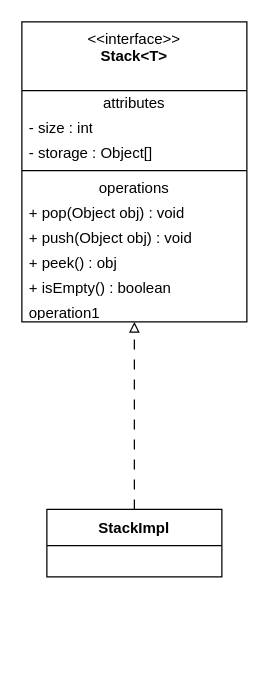
This is src/main/java/ch/hslu/informatik/ad/datenstrukturen/D1/E3/D1_E3.drawio from kevinforter/ad_workspace, a draw.io file, before an edit. Source tidied: cells renumbered, new cells numbered last; positions are measured from the earlier drawing's top-left corner, leaving out a move shared by most shapes. Both pictures are drawn from the tidied source at 125%, with x=0, y=0 at pixel (21, 21).
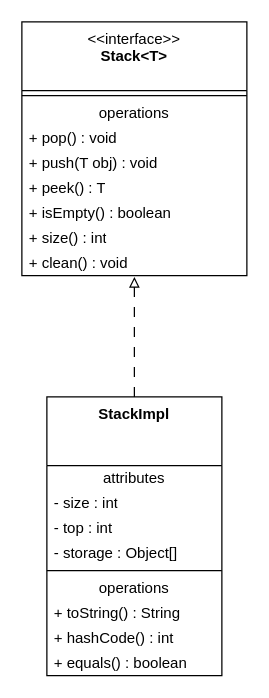
After the change.

Change to the diagram source:
```diff
@@
     <mxCell id="2" value="&amp;lt;&amp;lt;interface&amp;gt;&amp;gt;&lt;br&gt;&lt;b&gt;Stack&amp;lt;T&amp;gt;&lt;/b&gt;" style="swimlane;fontStyle=0;align=center;verticalAlign=top;horizontal=1;startSize=55;html=1;whiteSpace=wrap;" parent="1" vertex="1">
-      <mxGeometry width="180" height="240" as="geometry" />
+      <mxGeometry width="180" height="203" as="geometry" />
     </mxCell>
-    <mxCell id="3" value="attributes" style="text;html=1;strokeColor=none;fillColor=none;align=center;verticalAlign=middle;spacingLeft=4;spacingRight=4;overflow=hidden;whiteSpace=wrap;" parent="2" vertex="1">
-      <mxGeometry y="55" width="180" height="20" as="geometry" />
-    </mxCell>
-    <mxCell id="4" value="- size : int" style="text;html=1;strokeColor=none;fillColor=none;align=left;verticalAlign=middle;spacingLeft=4;spacingRight=4;overflow=hidden;whiteSpace=wrap;" parent="2" vertex="1">
-      <mxGeometry y="75" width="180" height="20" as="geometry" />
-    </mxCell>
-    <mxCell id="5" value="- storage : Object[]" style="text;html=1;strokeColor=none;fillColor=none;align=left;verticalAlign=middle;spacingLeft=4;spacingRight=4;overflow=hidden;whiteSpace=wrap;" parent="2" vertex="1">
-      <mxGeometry y="95" width="180" height="20" as="geometry" />
-    </mxCell>
     <mxCell id="6" style="line;strokeWidth=1;fillColor=none;align=left;verticalAlign=middle;spacingTop=-1;spacingLeft=3;spacingRight=3;labelPosition=right;" parent="2" vertex="1">
-      <mxGeometry y="115" width="180" height="8" as="geometry" />
+      <mxGeometry y="55" width="180" height="8" as="geometry" />
     </mxCell>
     <mxCell id="7" value="operations" style="text;html=1;strokeColor=none;fillColor=none;align=center;verticalAlign=middle;spacingLeft=4;spacingRight=4;overflow=hidden;whiteSpace=wrap;" parent="2" vertex="1">
-      <mxGeometry y="123" width="180" height="20" as="geometry" />
+      <mxGeometry y="63" width="180" height="20" as="geometry" />
     </mxCell>
-    <mxCell id="8" value="+ pop(Object obj) : void" style="text;html=1;strokeColor=none;fillColor=none;align=left;verticalAlign=middle;spacingLeft=4;spacingRight=4;overflow=hidden;whiteSpace=wrap;" parent="2" vertex="1">
-      <mxGeometry y="143" width="180" height="20" as="geometry" />
+    <mxCell id="8" value="+ pop() : void" style="text;html=1;strokeColor=none;fillColor=none;align=left;verticalAlign=middle;spacingLeft=4;spacingRight=4;overflow=hidden;whiteSpace=wrap;" parent="2" vertex="1">
+      <mxGeometry y="83" width="180" height="20" as="geometry" />
     </mxCell>
-    <mxCell id="9" value="+ push(Object obj) : void" style="text;html=1;strokeColor=none;fillColor=none;align=left;verticalAlign=middle;spacingLeft=4;spacingRight=4;overflow=hidden;whiteSpace=wrap;" parent="2" vertex="1">
-      <mxGeometry y="163" width="180" height="20" as="geometry" />
+    <mxCell id="9" value="+ push(T obj) : void" style="text;html=1;strokeColor=none;fillColor=none;align=left;verticalAlign=middle;spacingLeft=4;spacingRight=4;overflow=hidden;whiteSpace=wrap;" parent="2" vertex="1">
+      <mxGeometry y="103" width="180" height="20" as="geometry" />
     </mxCell>
-    <mxCell id="10" value="+ peek() : obj" style="text;html=1;strokeColor=none;fillColor=none;align=left;verticalAlign=middle;spacingLeft=4;spacingRight=4;overflow=hidden;whiteSpace=wrap;" parent="2" vertex="1">
-      <mxGeometry y="183" width="180" height="20" as="geometry" />
+    <mxCell id="10" value="+ peek() : T" style="text;html=1;strokeColor=none;fillColor=none;align=left;verticalAlign=middle;spacingLeft=4;spacingRight=4;overflow=hidden;whiteSpace=wrap;" parent="2" vertex="1">
+      <mxGeometry y="123" width="180" height="20" as="geometry" />
     </mxCell>
     <mxCell id="11" value="+ isEmpty() : boolean" style="text;html=1;strokeColor=none;fillColor=none;align=left;verticalAlign=middle;spacingLeft=4;spacingRight=4;overflow=hidden;whiteSpace=wrap;" parent="2" vertex="1">
-      <mxGeometry y="203" width="180" height="20" as="geometry" />
+      <mxGeometry y="143" width="180" height="20" as="geometry" />
     </mxCell>
-    <mxCell id="12" value="operation1" style="text;html=1;strokeColor=none;fillColor=none;align=left;verticalAlign=middle;spacingLeft=4;spacingRight=4;overflow=hidden;points=[[0,0.5],[1,0.5]];portConstraint=eastwest;whiteSpace=wrap;" parent="2" vertex="1">
-      <mxGeometry y="223" width="180" height="17" as="geometry" />
-    </mxCell>
+    <mxCell id="15" value="+ size() : int" style="text;html=1;strokeColor=none;fillColor=none;align=left;verticalAlign=middle;spacingLeft=4;spacingRight=4;overflow=hidden;whiteSpace=wrap;" parent="2" vertex="1">
+      <mxGeometry y="163" width="180" height="20" as="geometry" />
+    </mxCell>
+    <mxCell id="16" value="+ clean() : void" style="text;html=1;strokeColor=none;fillColor=none;align=left;verticalAlign=middle;spacingLeft=4;spacingRight=4;overflow=hidden;points=[[0,0.5],[1,0.5]];portConstraint=eastwest;whiteSpace=wrap;" parent="2" vertex="1">
+      <mxGeometry y="183" width="180" height="20" as="geometry" />
+    </mxCell>
-    <mxCell id="13" value="StackImpl" style="swimlane;fontStyle=1;align=center;verticalAlign=middle;horizontal=1;startSize=29;html=1;whiteSpace=wrap;" parent="1" vertex="1">
-      <mxGeometry x="20" y="390" width="140" height="54" as="geometry" />
+    <mxCell id="13" value="&lt;b&gt;StackImpl&lt;/b&gt;" style="swimlane;fontStyle=0;align=center;verticalAlign=top;horizontal=1;startSize=55;html=1;whiteSpace=wrap;" parent="1" vertex="1">
+      <mxGeometry x="20" y="300" width="140" height="223" as="geometry" />
     </mxCell>
-    <mxCell id="14" style="edgeStyle=orthogonalEdgeStyle;rounded=0;jettySize=auto;html=1;exitX=0.5;exitY=0;exitDx=0;exitDy=0;entryX=0.5;entryY=1;entryDx=0;entryDy=0;entryPerimeter=0;dashed=1;dashPattern=8 8;endArrow=block;endFill=0;" parent="1" edge="1" source="13" target="12">
-      <mxGeometry relative="1" as="geometry" />
-    </mxCell>
+    <mxCell id="3" value="attributes" style="text;html=1;strokeColor=none;fillColor=none;align=center;verticalAlign=middle;spacingLeft=4;spacingRight=4;overflow=hidden;whiteSpace=wrap;" parent="13" vertex="1">
+      <mxGeometry y="55" width="140" height="20" as="geometry" />
+    </mxCell>
+    <mxCell id="4" value="- size : int" style="text;html=1;strokeColor=none;fillColor=none;align=left;verticalAlign=middle;spacingLeft=4;spacingRight=4;overflow=hidden;whiteSpace=wrap;" parent="13" vertex="1">
+      <mxGeometry y="75" width="140" height="20" as="geometry" />
+    </mxCell>
+    <mxCell id="17" value="- top : int" style="text;html=1;strokeColor=none;fillColor=none;align=left;verticalAlign=middle;spacingLeft=4;spacingRight=4;overflow=hidden;whiteSpace=wrap;" parent="13" vertex="1">
+      <mxGeometry y="95" width="140" height="20" as="geometry" />
+    </mxCell>
+    <mxCell id="5" value="- storage : Object[]" style="text;html=1;strokeColor=none;fillColor=none;align=left;verticalAlign=middle;spacingLeft=4;spacingRight=4;overflow=hidden;whiteSpace=wrap;" parent="13" vertex="1">
+      <mxGeometry y="115" width="140" height="20" as="geometry" />
+    </mxCell>
+    <mxCell id="18" style="line;strokeWidth=1;fillColor=none;align=left;verticalAlign=middle;spacingTop=-1;spacingLeft=3;spacingRight=3;labelPosition=right;" parent="13" vertex="1">
+      <mxGeometry y="135" width="140" height="8" as="geometry" />
+    </mxCell>
+    <mxCell id="19" value="operations" style="text;html=1;strokeColor=none;fillColor=none;align=center;verticalAlign=middle;spacingLeft=4;spacingRight=4;overflow=hidden;whiteSpace=wrap;" parent="13" vertex="1">
+      <mxGeometry y="143" width="140" height="20" as="geometry" />
+    </mxCell>
+    <mxCell id="20" value="+ toString() : String" style="text;html=1;strokeColor=none;fillColor=none;align=left;verticalAlign=middle;spacingLeft=4;spacingRight=4;overflow=hidden;whiteSpace=wrap;" parent="13" vertex="1">
+      <mxGeometry y="163" width="140" height="20" as="geometry" />
+    </mxCell>
+    <mxCell id="21" value="+ hashCode() : int" style="text;html=1;strokeColor=none;fillColor=none;align=left;verticalAlign=middle;spacingLeft=4;spacingRight=4;overflow=hidden;whiteSpace=wrap;" parent="13" vertex="1">
+      <mxGeometry y="183" width="140" height="20" as="geometry" />
+    </mxCell>
+    <mxCell id="22" value="+ equals() : boolean" style="text;html=1;strokeColor=none;fillColor=none;align=left;verticalAlign=middle;spacingLeft=4;spacingRight=4;overflow=hidden;whiteSpace=wrap;" parent="13" vertex="1">
+      <mxGeometry y="203" width="140" height="20" as="geometry" />
+    </mxCell>
+    <mxCell id="23" style="rounded=0;jettySize=auto;html=1;exitX=0.5;exitY=0;exitDx=0;exitDy=0;entryX=0.5;entryY=1.05;entryDx=0;entryDy=0;entryPerimeter=0;dashed=1;dashPattern=8 8;endArrow=block;endFill=0;" parent="1" edge="1" source="13" target="16">
+      <mxGeometry relative="1" as="geometry" />
+    </mxCell>
```
